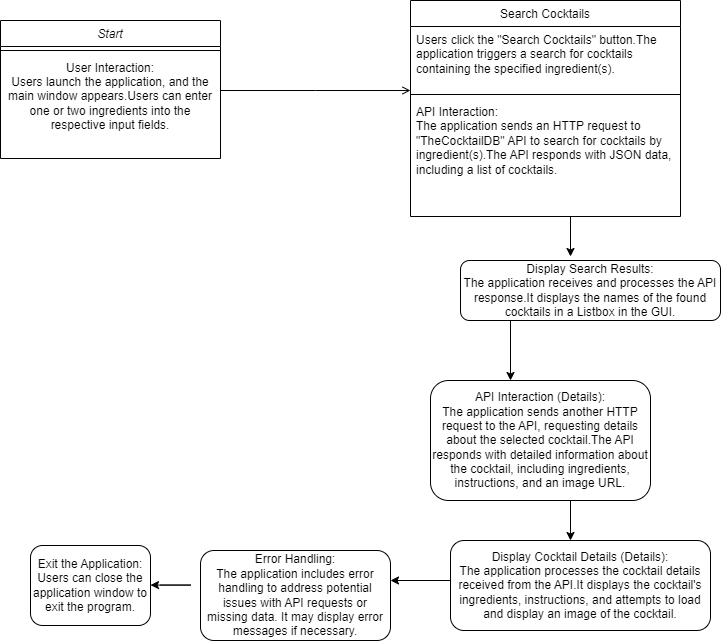
Above: Shake_It_Up/FlowDiagram.png in MiaaPanda/Final-Project-Shake-It-Up (draw.io), before the change. Source tidied: cells renumbered, new cells last; positions are measured from the earlier drawing's top-left corner, leaving out a move shared by most shapes.
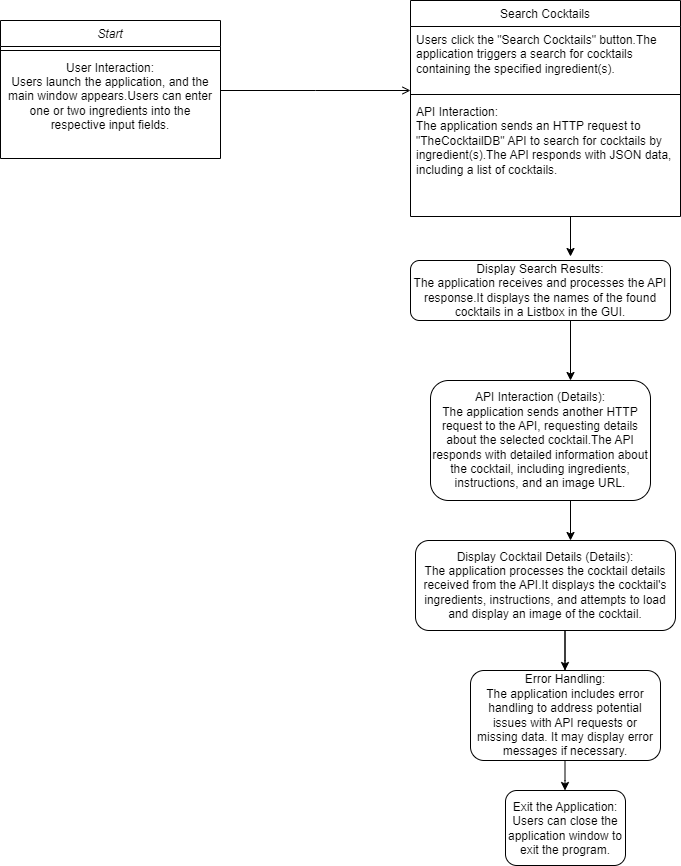
After the commit.

The edit, as a diff of the source:
```diff
@@ -36,14 +36,14 @@
       </mxGeometry>
     </mxCell>
     <mxCell id="11" value="Display Search Results:&#10;The application receives and processes the API response.It displays the names of the found cocktails in a Listbox in the GUI." style="rounded=1;whiteSpace=wrap;" parent="1" vertex="1">
-      <mxGeometry x="460" y="260" width="260" height="60" as="geometry" />
+      <mxGeometry x="410" y="260" width="260" height="60" as="geometry" />
     </mxCell>
     <mxCell id="12" style="endArrow=classic;html=1;rounded=0;" parent="1" edge="1">
       <mxGeometry relative="1" as="geometry">
-        <mxPoint x="510" y="350" as="sourcePoint" />
-        <mxPoint x="510" y="380" as="targetPoint" />
+        <mxPoint x="570" y="350" as="sourcePoint" />
+        <mxPoint x="570" y="380" as="targetPoint" />
         <Array as="points">
-          <mxPoint x="510" y="320" />
+          <mxPoint x="570" y="320" />
         </Array>
       </mxGeometry>
     </mxCell>
@@ -61,31 +61,32 @@
       </mxGeometry>
     </mxCell>
     <mxCell id="15" value="Display Cocktail Details (Details):&#10;The application processes the cocktail details received from the API.It displays the cocktail's ingredients, instructions, and attempts to load and display an image of the cocktail." style="rounded=1;whiteSpace=wrap;" parent="1" vertex="1">
-      <mxGeometry x="450" y="540" width="260" height="90" as="geometry" />
+      <mxGeometry x="415" y="540" width="260" height="90" as="geometry" />
     </mxCell>
-    <mxCell id="16" style="endArrow=classic;html=1;rounded=0;" parent="1" edge="1">
-      <mxGeometry relative="1" as="geometry">
-        <mxPoint x="428" y="580" as="sourcePoint" />
-        <mxPoint x="390" y="580" as="targetPoint" />
-        <Array as="points">
-          <mxPoint x="450" y="580" />
-        </Array>
-      </mxGeometry>
-    </mxCell>
     <mxCell id="17" value="Error Handling:&#10;The application includes error handling to address potential issues with API requests or missing data. It may display error messages if necessary." style="rounded=1;whiteSpace=wrap;" parent="1" vertex="1">
-      <mxGeometry x="200" y="550" width="190" height="90" as="geometry" />
+      <mxGeometry x="470" y="670" width="190" height="90" as="geometry" />
     </mxCell>
-    <mxCell id="18" style="endArrow=classic;html=1;rounded=0;" parent="1" edge="1">
-      <mxGeometry relative="1" as="geometry">
-        <mxPoint x="160" y="584.6" as="sourcePoint" />
-        <mxPoint x="150" y="584.6" as="targetPoint" />
-        <Array as="points">
-          <mxPoint x="190" y="584.6" />
-        </Array>
-      </mxGeometry>
-    </mxCell>
     <mxCell id="19" value="Exit the Application:&#10;Users can close the application window to exit the program." style="rounded=1;whiteSpace=wrap;" parent="1" vertex="1">
-      <mxGeometry x="30" y="545" width="120" height="80" as="geometry" />
+      <mxGeometry x="505" y="790" width="120" height="75" as="geometry" />
     </mxCell>
+    <mxCell id="20" style="endArrow=classic;html=1;rounded=0;" parent="1" edge="1">
+      <mxGeometry relative="1" as="geometry">
+        <mxPoint x="564.5" y="670" as="sourcePoint" />
+        <mxPoint x="564.5" y="670" as="targetPoint" />
+        <Array as="points">
+          <mxPoint x="564.5" y="630" />
+          <mxPoint x="564.5" y="660" />
+        </Array>
+      </mxGeometry>
+    </mxCell>
+    <mxCell id="21" style="endArrow=classic;html=1;rounded=0;" parent="1" edge="1">
+      <mxGeometry relative="1" as="geometry">
+        <mxPoint x="564.5" y="760" as="sourcePoint" />
+        <mxPoint x="564.5" y="790" as="targetPoint" />
+        <Array as="points">
+          <mxPoint x="564.5" y="780" />
+        </Array>
+      </mxGeometry>
+    </mxCell>
   </root>
 </mxGraphModel>
```
